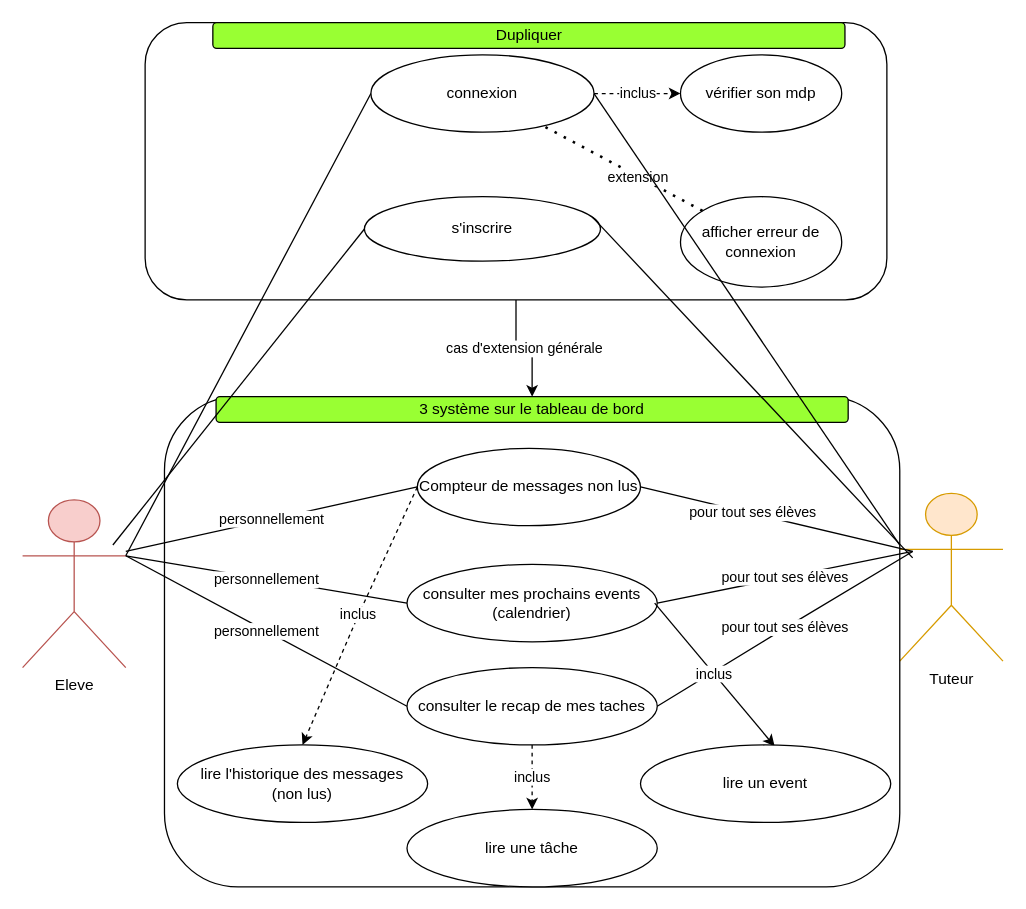
Before: page "access" (1 of 4) of diagramme/Diagramme sans nom.drawio in Chardema/P10, a draw.io diagram. Source tidied: cells renumbered, new cells numbered last; positions are measured from the earlier drawing's top-left corner, leaving out a move shared by most shapes. Both pictures are drawn from the tidied source at 129%, with x=0, y=0 at pixel (22, 22).
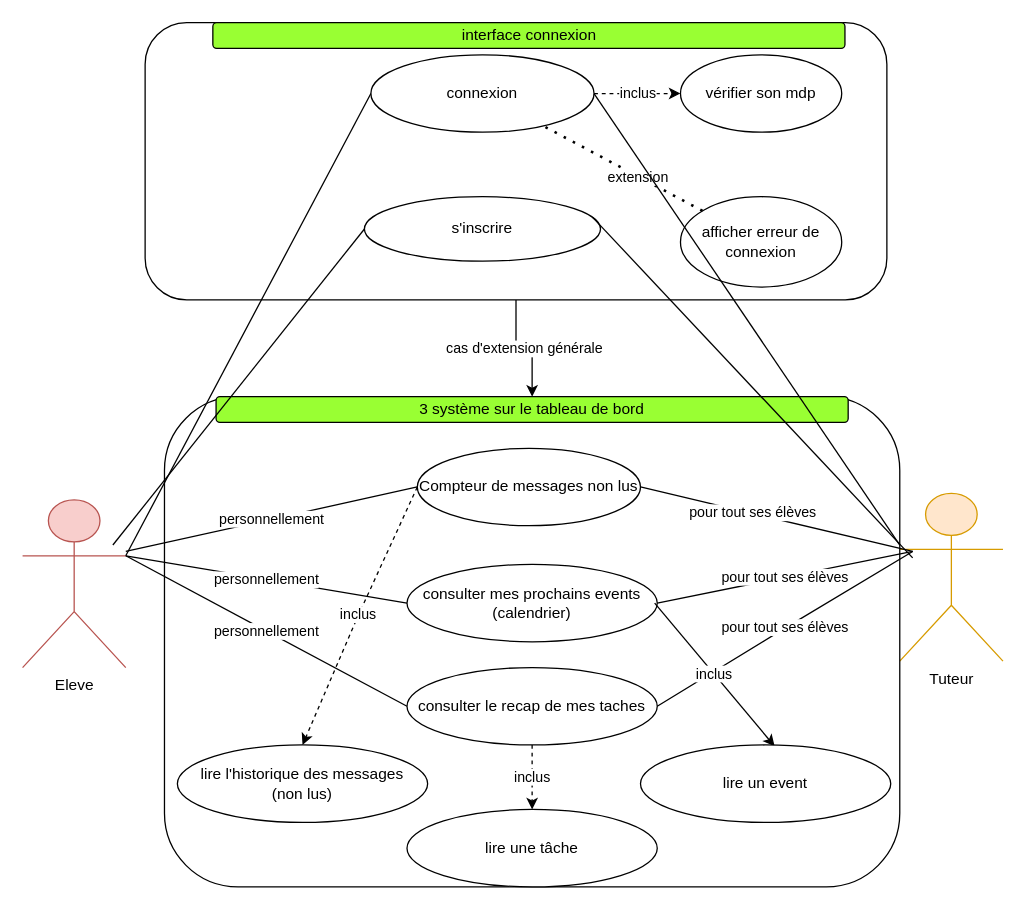
Above is the later version.

Commit message:
Erreur Corrigée

The edit, as a diff of the source:
```diff
@@
-    <mxCell id="35" value="Dupliquer" style="rounded=1;whiteSpace=wrap;html=1;fillColor=#99FF33;" parent="1" vertex="1">
+    <mxCell id="35" value="interface connexion" style="rounded=1;whiteSpace=wrap;html=1;fillColor=#99FF33;" parent="1" vertex="1">
       <mxGeometry x="147.5" width="490" height="20" as="geometry" />
     </mxCell>
```
